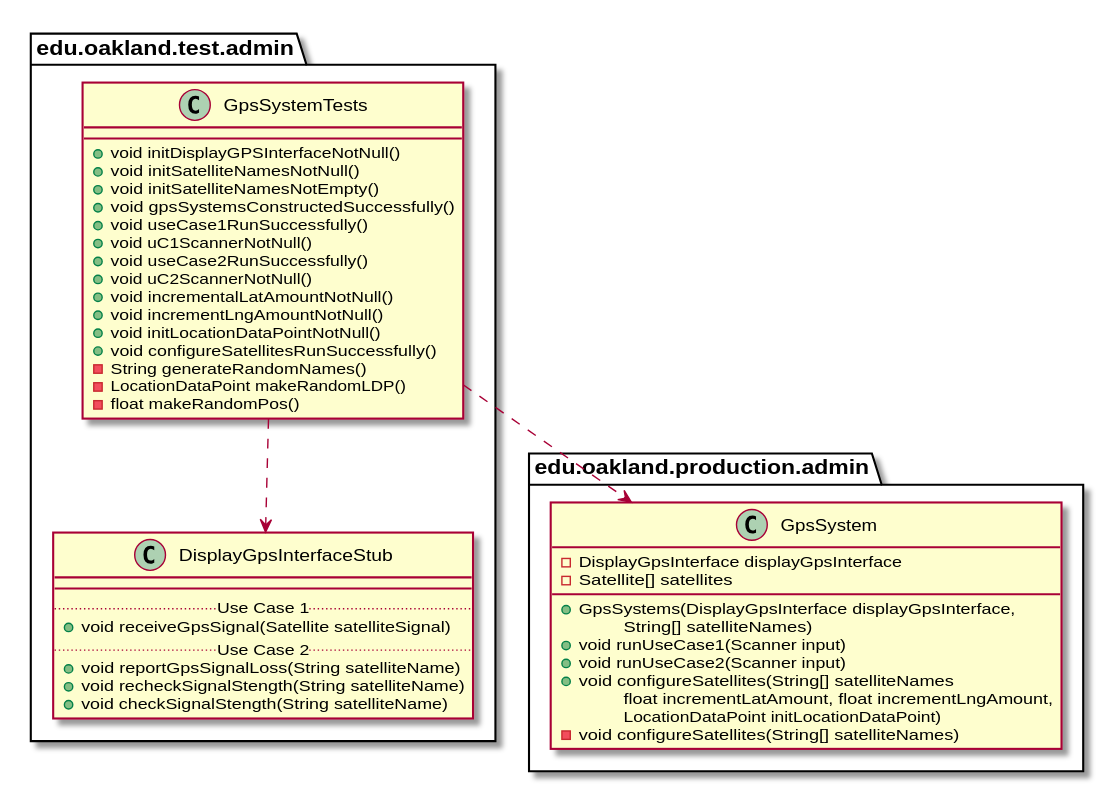
Above: docs/uml-class-diagrams/admin/test/GpsSystemTests/GpsSystemTests_DirectDependencies.svg in andrewdimmer/csi-3370-software-project (PlantUML), before the change.
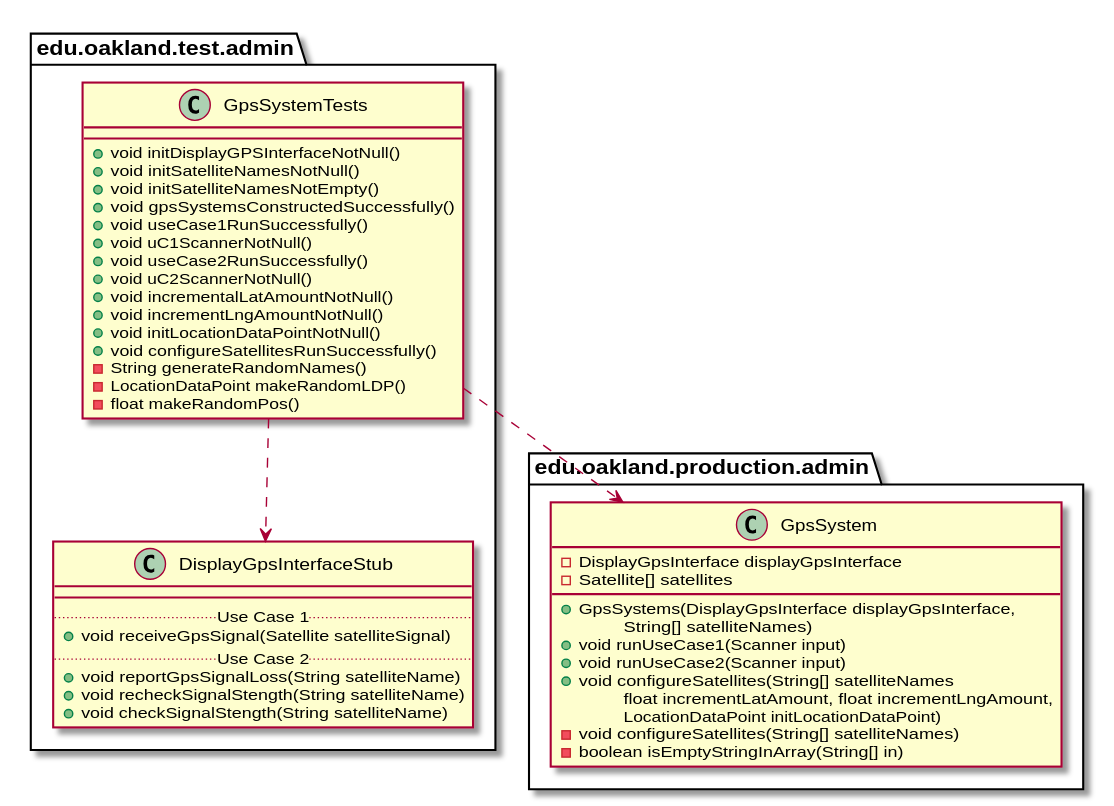
Above is the later version.

The edit, as a diff of the source:
```diff
@@ -51,6 +51,7 @@
         \tfloat incrementLatAmount, float incrementLngAmount,
         \tLocationDataPoint initLocationDataPoint)
         - void configureSatellites(String[] satelliteNames)
+        - boolean isEmptyStringInArray(String[] in)
     }
 }
 
```
